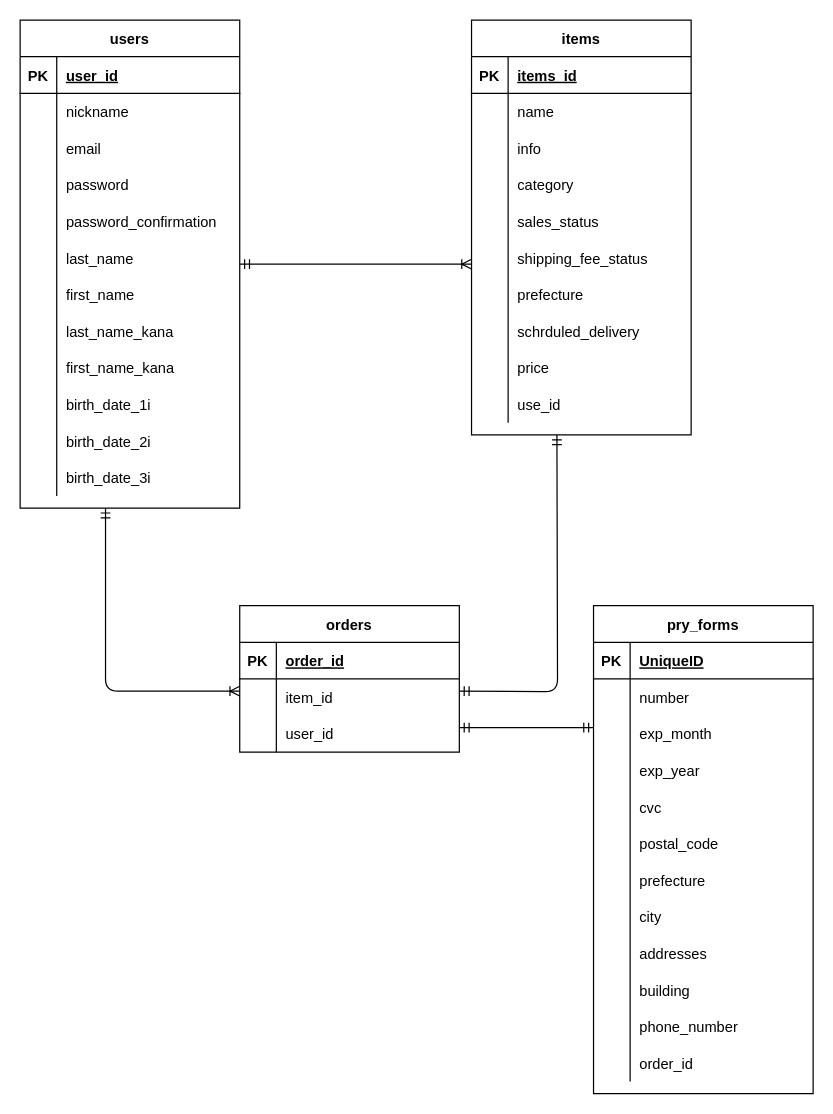
Before: furima.dio in gorotakeda/furima-35661, a draw.io diagram. Source tidied: cells renumbered, new cells numbered last; positions are measured from the earlier drawing's top-left corner, leaving out a move shared by most shapes. Both pictures are drawn from the tidied source at 122%, with x=0, y=0 at pixel (20, 20).
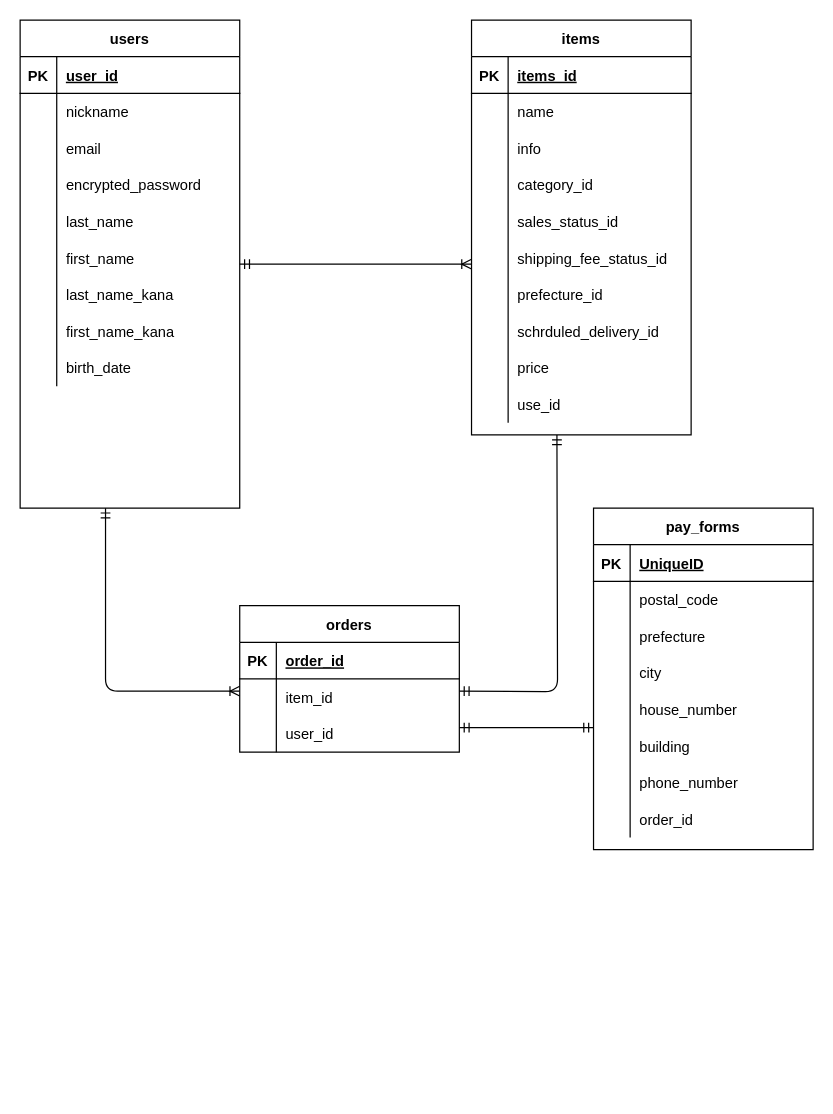
The same diagram, later.

The change refers to these unchanged cells:
```xml
<mxCell id="2" value="users" style="shape=table;startSize=30;childLayout=tableLayout;rowLines=0;fontStyle=1;align=center;" parent="1" vertex="1">
  <mxGeometry width="180" height="400" as="geometry" />
</mxCell>
<mxCell id="12" style="shape=partialRectangle;fillColor=none;top=0;left=0;bottom=0;right=0;" parent="2" vertex="1">
  <mxGeometry y="120" width="180" height="30" as="geometry" />
</mxCell>
<mxCell id="60" style="shape=partialRectangle;fillColor=none;top=0;left=0;bottom=0;right=0;" parent="50" vertex="1">
  <mxGeometry y="120" width="180" height="30" as="geometry" />
</mxCell>
<mxCell id="63" style="shape=partialRectangle;fillColor=none;top=0;left=0;bottom=0;right=0;" parent="50" vertex="1">
  <mxGeometry y="150" width="180" height="30" as="geometry" />
</mxCell>
<mxCell id="66" style="shape=partialRectangle;fillColor=none;top=0;left=0;bottom=0;right=0;" parent="50" vertex="1">
  <mxGeometry y="180" width="180" height="30" as="geometry" />
</mxCell>
<mxCell id="69" style="shape=partialRectangle;fillColor=none;top=0;left=0;bottom=0;right=0;" parent="50" vertex="1">
  <mxGeometry y="210" width="180" height="30" as="geometry" />
</mxCell>
<mxCell id="72" style="shape=partialRectangle;fillColor=none;top=0;left=0;bottom=0;right=0;" parent="50" vertex="1">
  <mxGeometry y="240" width="180" height="30" as="geometry" />
</mxCell>
```

Diff of the diagram source:
```diff
@@
-    <mxCell id="14" value="password" style="shape=partialRectangle;fillColor=none;top=0;left=0;bottom=0;right=0;align=left;spacingLeft=6;overflow=hidden;" parent="12" vertex="1">
+    <mxCell id="14" value="encrypted_password" style="shape=partialRectangle;fillColor=none;top=0;left=0;bottom=0;right=0;align=left;spacingLeft=6;overflow=hidden;" parent="12" vertex="1">
       <mxGeometry x="30" width="150" height="30" as="geometry" />
     </mxCell>
-    <mxCell id="15" style="shape=partialRectangle;fillColor=none;top=0;left=0;bottom=0;right=0;" parent="2" vertex="1">
-      <mxGeometry y="150" width="180" height="30" as="geometry" />
-    </mxCell>
-    <mxCell id="16" style="shape=partialRectangle;fillColor=none;top=0;left=0;bottom=0;right=0;overflow=hidden;" parent="15" vertex="1">
-      <mxGeometry width="30" height="30" as="geometry" />
-    </mxCell>
-    <mxCell id="17" value="password_confirmation" style="shape=partialRectangle;fillColor=none;top=0;left=0;bottom=0;right=0;align=left;spacingLeft=6;overflow=hidden;" parent="15" vertex="1">
-      <mxGeometry x="30" width="150" height="30" as="geometry" />
-    </mxCell>
     <mxCell id="18" style="shape=partialRectangle;fillColor=none;top=0;left=0;bottom=0;right=0;" parent="2" vertex="1">
-      <mxGeometry y="180" width="180" height="30" as="geometry" />
+      <mxGeometry y="150" width="180" height="30" as="geometry" />
     </mxCell>
@@
     <mxCell id="21" style="shape=partialRectangle;fillColor=none;top=0;left=0;bottom=0;right=0;" parent="2" vertex="1">
-      <mxGeometry y="210" width="180" height="30" as="geometry" />
+      <mxGeometry y="180" width="180" height="30" as="geometry" />
     </mxCell>
@@
     <mxCell id="24" style="shape=partialRectangle;fillColor=none;top=0;left=0;bottom=0;right=0;" parent="2" vertex="1">
-      <mxGeometry y="240" width="180" height="30" as="geometry" />
+      <mxGeometry y="210" width="180" height="30" as="geometry" />
     </mxCell>
@@
     <mxCell id="27" style="shape=partialRectangle;fillColor=none;top=0;left=0;bottom=0;right=0;" parent="2" vertex="1">
-      <mxGeometry y="270" width="180" height="30" as="geometry" />
+      <mxGeometry y="240" width="180" height="30" as="geometry" />
     </mxCell>
@@
     <mxCell id="30" style="shape=partialRectangle;fillColor=none;top=0;left=0;bottom=0;right=0;" parent="2" vertex="1">
-      <mxGeometry y="300" width="180" height="30" as="geometry" />
+      <mxGeometry y="270" width="180" height="30" as="geometry" />
     </mxCell>
@@
-    <mxCell id="32" value="birth_date_1i" style="shape=partialRectangle;fillColor=none;top=0;left=0;bottom=0;right=0;align=left;spacingLeft=6;overflow=hidden;" parent="30" vertex="1">
+    <mxCell id="32" value="birth_date" style="shape=partialRectangle;fillColor=none;top=0;left=0;bottom=0;right=0;align=left;spacingLeft=6;overflow=hidden;" parent="30" vertex="1">
       <mxGeometry x="30" width="150" height="30" as="geometry" />
     </mxCell>
-    <mxCell id="33" style="shape=partialRectangle;fillColor=none;top=0;left=0;bottom=0;right=0;" parent="2" vertex="1">
-      <mxGeometry y="330" width="180" height="30" as="geometry" />
-    </mxCell>
-    <mxCell id="34" style="shape=partialRectangle;fillColor=none;top=0;left=0;bottom=0;right=0;overflow=hidden;" parent="33" vertex="1">
-      <mxGeometry width="30" height="30" as="geometry" />
-    </mxCell>
-    <mxCell id="35" value="birth_date_2i" style="shape=partialRectangle;fillColor=none;top=0;left=0;bottom=0;right=0;align=left;spacingLeft=6;overflow=hidden;" parent="33" vertex="1">
-      <mxGeometry x="30" width="150" height="30" as="geometry" />
-    </mxCell>
-    <mxCell id="36" style="shape=partialRectangle;fillColor=none;top=0;left=0;bottom=0;right=0;" parent="2" vertex="1">
-      <mxGeometry y="360" width="180" height="30" as="geometry" />
-    </mxCell>
-    <mxCell id="37" style="shape=partialRectangle;fillColor=none;top=0;left=0;bottom=0;right=0;overflow=hidden;" parent="36" vertex="1">
-      <mxGeometry width="30" height="30" as="geometry" />
-    </mxCell>
-    <mxCell id="38" value="birth_date_3i" style="shape=partialRectangle;fillColor=none;top=0;left=0;bottom=0;right=0;align=left;spacingLeft=6;overflow=hidden;" parent="36" vertex="1">
-      <mxGeometry x="30" width="150" height="30" as="geometry" />
-    </mxCell>
@@
-    <mxCell id="62" value="category" style="shape=partialRectangle;fillColor=none;top=0;left=0;bottom=0;right=0;align=left;spacingLeft=6;overflow=hidden;" parent="60" vertex="1">
+    <mxCell id="62" value="category_id" style="shape=partialRectangle;fillColor=none;top=0;left=0;bottom=0;right=0;align=left;spacingLeft=6;overflow=hidden;" parent="60" vertex="1">
       <mxGeometry x="30" width="150" height="30" as="geometry" />
     </mxCell>
@@
-    <mxCell id="65" value="sales_status" style="shape=partialRectangle;fillColor=none;top=0;left=0;bottom=0;right=0;align=left;spacingLeft=6;overflow=hidden;" parent="63" vertex="1">
+    <mxCell id="65" value="sales_status_id" style="shape=partialRectangle;fillColor=none;top=0;left=0;bottom=0;right=0;align=left;spacingLeft=6;overflow=hidden;" parent="63" vertex="1">
       <mxGeometry x="30" width="150" height="30" as="geometry" />
     </mxCell>
@@
-    <mxCell id="68" value="shipping_fee_status" style="shape=partialRectangle;fillColor=none;top=0;left=0;bottom=0;right=0;align=left;spacingLeft=6;overflow=hidden;" parent="66" vertex="1">
+    <mxCell id="68" value="shipping_fee_status_id" style="shape=partialRectangle;fillColor=none;top=0;left=0;bottom=0;right=0;align=left;spacingLeft=6;overflow=hidden;" parent="66" vertex="1">
       <mxGeometry x="30" width="150" height="30" as="geometry" />
     </mxCell>
@@
-    <mxCell id="71" value="prefecture" style="shape=partialRectangle;fillColor=none;top=0;left=0;bottom=0;right=0;align=left;spacingLeft=6;overflow=hidden;" parent="69" vertex="1">
+    <mxCell id="71" value="prefecture_id" style="shape=partialRectangle;fillColor=none;top=0;left=0;bottom=0;right=0;align=left;spacingLeft=6;overflow=hidden;" parent="69" vertex="1">
       <mxGeometry x="30" width="150" height="30" as="geometry" />
     </mxCell>
@@
-    <mxCell id="74" value="schrduled_delivery" style="shape=partialRectangle;fillColor=none;top=0;left=0;bottom=0;right=0;align=left;spacingLeft=6;overflow=hidden;" parent="72" vertex="1">
+    <mxCell id="74" value="schrduled_delivery_id" style="shape=partialRectangle;fillColor=none;top=0;left=0;bottom=0;right=0;align=left;spacingLeft=6;overflow=hidden;" parent="72" vertex="1">
       <mxGeometry x="30" width="150" height="30" as="geometry" />
     </mxCell>
@@
-    <mxCell id="83" value="pry_forms" style="shape=table;startSize=30;childLayout=tableLayout;rowLines=0;fontStyle=1;align=center;" parent="1" vertex="1">
-      <mxGeometry x="470" y="480" width="180" height="400" as="geometry" />
+    <mxCell id="83" value="pay_forms" style="shape=table;startSize=30;childLayout=tableLayout;rowLines=0;fontStyle=1;align=center;" parent="1" vertex="1">
+      <mxGeometry x="470" y="400" width="180" height="280" as="geometry" />
     </mxCell>
@@
-    <mxCell id="87" style="shape=partialRectangle;fillColor=none;top=0;left=0;bottom=0;right=0;" parent="83" vertex="1">
-      <mxGeometry y="60" width="180" height="30" as="geometry" />
-    </mxCell>
-    <mxCell id="88" style="shape=partialRectangle;fillColor=none;top=0;left=0;bottom=0;right=0;overflow=hidden;" parent="87" vertex="1">
-      <mxGeometry width="30" height="30" as="geometry" />
-    </mxCell>
-    <mxCell id="89" value="number" style="shape=partialRectangle;fillColor=none;top=0;left=0;bottom=0;right=0;align=left;spacingLeft=6;overflow=hidden;" parent="87" vertex="1">
-      <mxGeometry x="30" width="150" height="30" as="geometry" />
-    </mxCell>
-    <mxCell id="90" style="shape=partialRectangle;fillColor=none;top=0;left=0;bottom=0;right=0;" parent="83" vertex="1">
-      <mxGeometry y="90" width="180" height="30" as="geometry" />
-    </mxCell>
-    <mxCell id="91" style="shape=partialRectangle;fillColor=none;top=0;left=0;bottom=0;right=0;overflow=hidden;" parent="90" vertex="1">
-      <mxGeometry width="30" height="30" as="geometry" />
-    </mxCell>
-    <mxCell id="92" value="exp_month" style="shape=partialRectangle;fillColor=none;top=0;left=0;bottom=0;right=0;align=left;spacingLeft=6;overflow=hidden;" parent="90" vertex="1">
-      <mxGeometry x="30" width="150" height="30" as="geometry" />
-    </mxCell>
-    <mxCell id="93" style="shape=partialRectangle;fillColor=none;top=0;left=0;bottom=0;right=0;" parent="83" vertex="1">
-      <mxGeometry y="120" width="180" height="30" as="geometry" />
-    </mxCell>
-    <mxCell id="94" style="shape=partialRectangle;fillColor=none;top=0;left=0;bottom=0;right=0;overflow=hidden;" parent="93" vertex="1">
-      <mxGeometry width="30" height="30" as="geometry" />
-    </mxCell>
-    <mxCell id="95" value="exp_year" style="shape=partialRectangle;fillColor=none;top=0;left=0;bottom=0;right=0;align=left;spacingLeft=6;overflow=hidden;" parent="93" vertex="1">
-      <mxGeometry x="30" width="150" height="30" as="geometry" />
-    </mxCell>
-    <mxCell id="96" style="shape=partialRectangle;fillColor=none;top=0;left=0;bottom=0;right=0;" parent="83" vertex="1">
-      <mxGeometry y="150" width="180" height="30" as="geometry" />
-    </mxCell>
-    <mxCell id="97" style="shape=partialRectangle;fillColor=none;top=0;left=0;bottom=0;right=0;overflow=hidden;" parent="96" vertex="1">
-      <mxGeometry width="30" height="30" as="geometry" />
-    </mxCell>
-    <mxCell id="98" value="cvc" style="shape=partialRectangle;fillColor=none;top=0;left=0;bottom=0;right=0;align=left;spacingLeft=6;overflow=hidden;" parent="96" vertex="1">
-      <mxGeometry x="30" width="150" height="30" as="geometry" />
-    </mxCell>
     <mxCell id="99" style="shape=partialRectangle;fillColor=none;top=0;left=0;bottom=0;right=0;" parent="83" vertex="1">
-      <mxGeometry y="180" width="180" height="30" as="geometry" />
+      <mxGeometry y="60" width="180" height="30" as="geometry" />
     </mxCell>
@@
     <mxCell id="102" style="shape=partialRectangle;fillColor=none;top=0;left=0;bottom=0;right=0;" parent="83" vertex="1">
-      <mxGeometry y="210" width="180" height="30" as="geometry" />
+      <mxGeometry y="90" width="180" height="30" as="geometry" />
     </mxCell>
@@
     <mxCell id="105" style="shape=partialRectangle;fillColor=none;top=0;left=0;bottom=0;right=0;" parent="83" vertex="1">
-      <mxGeometry y="240" width="180" height="30" as="geometry" />
+      <mxGeometry y="120" width="180" height="30" as="geometry" />
     </mxCell>
@@
     <mxCell id="108" style="shape=partialRectangle;fillColor=none;top=0;left=0;bottom=0;right=0;" parent="83" vertex="1">
-      <mxGeometry y="270" width="180" height="30" as="geometry" />
+      <mxGeometry y="150" width="180" height="30" as="geometry" />
     </mxCell>
@@
-    <mxCell id="110" value="addresses" style="shape=partialRectangle;fillColor=none;top=0;left=0;bottom=0;right=0;align=left;spacingLeft=6;overflow=hidden;" parent="108" vertex="1">
+    <mxCell id="110" value="house_number" style="shape=partialRectangle;fillColor=none;top=0;left=0;bottom=0;right=0;align=left;spacingLeft=6;overflow=hidden;" parent="108" vertex="1">
       <mxGeometry x="30" width="150" height="30" as="geometry" />
     </mxCell>
     <mxCell id="111" style="shape=partialRectangle;fillColor=none;top=0;left=0;bottom=0;right=0;" parent="83" vertex="1">
-      <mxGeometry y="300" width="180" height="30" as="geometry" />
+      <mxGeometry y="180" width="180" height="30" as="geometry" />
     </mxCell>
@@
     <mxCell id="114" style="shape=partialRectangle;fillColor=none;top=0;left=0;bottom=0;right=0;" parent="83" vertex="1">
-      <mxGeometry y="330" width="180" height="30" as="geometry" />
+      <mxGeometry y="210" width="180" height="30" as="geometry" />
     </mxCell>
@@
     <mxCell id="117" style="shape=partialRectangle;fillColor=none;top=0;left=0;bottom=0;right=0;" parent="83" vertex="1">
-      <mxGeometry y="360" width="180" height="30" as="geometry" />
+      <mxGeometry y="240" width="180" height="30" as="geometry" />
     </mxCell>
```
